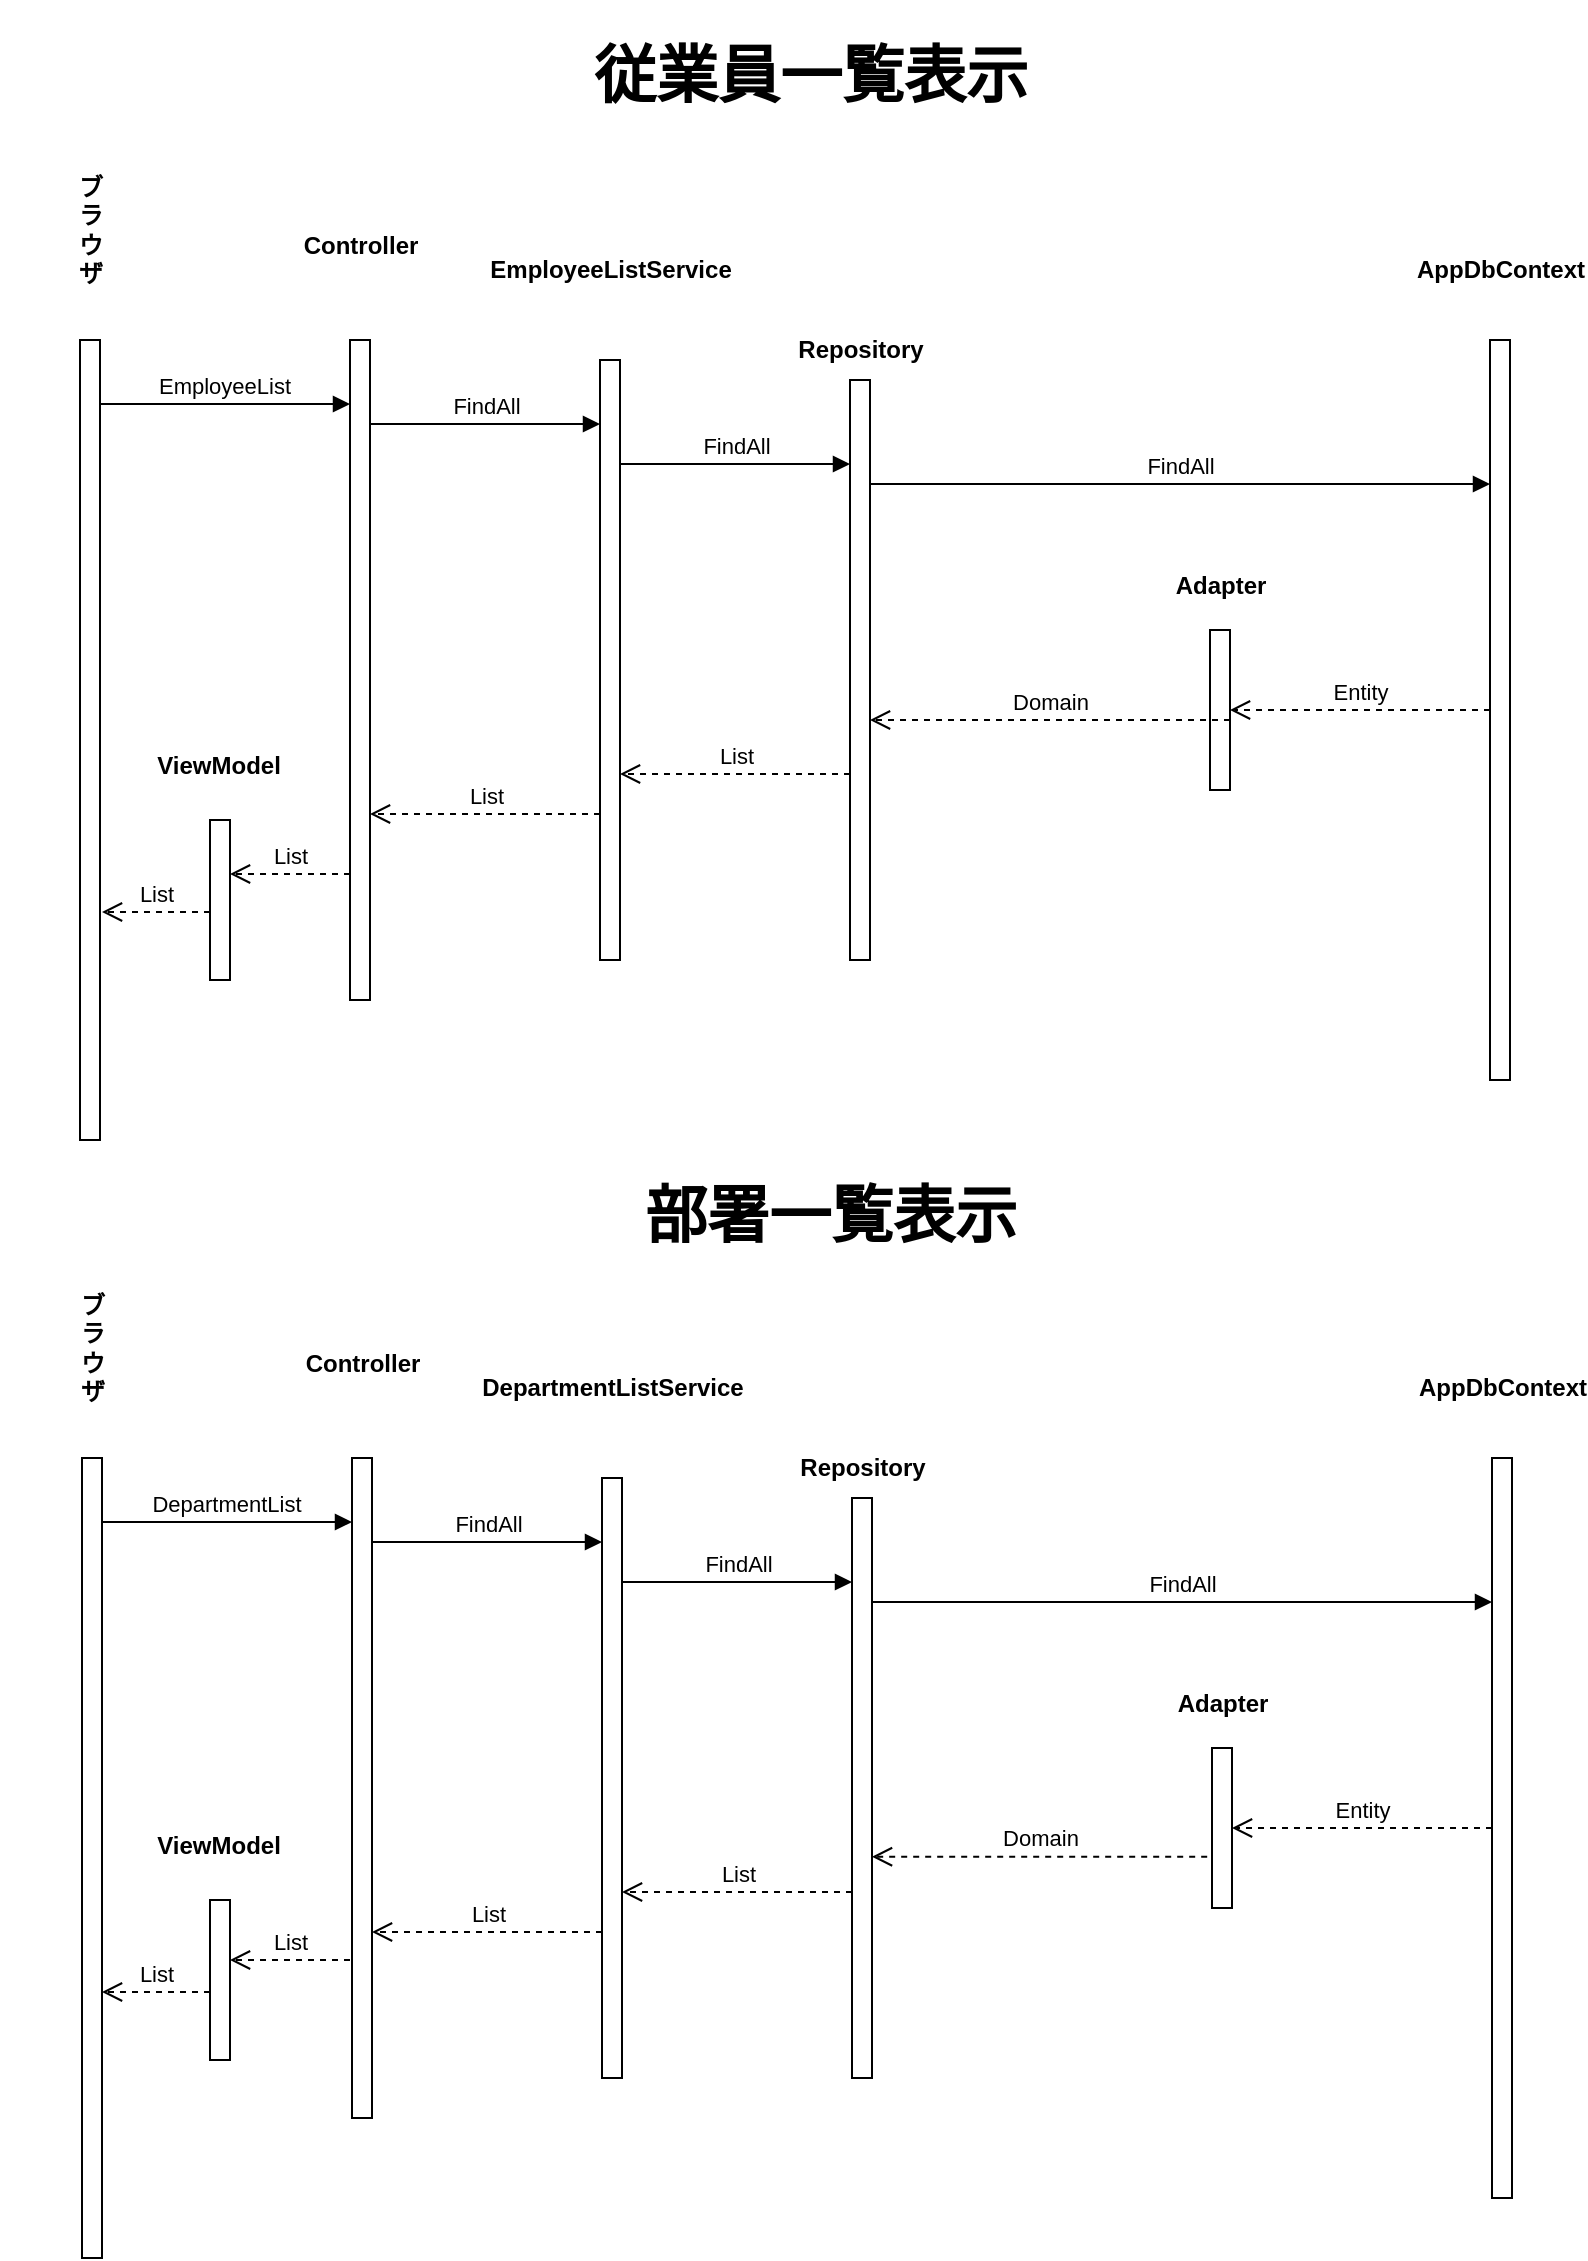
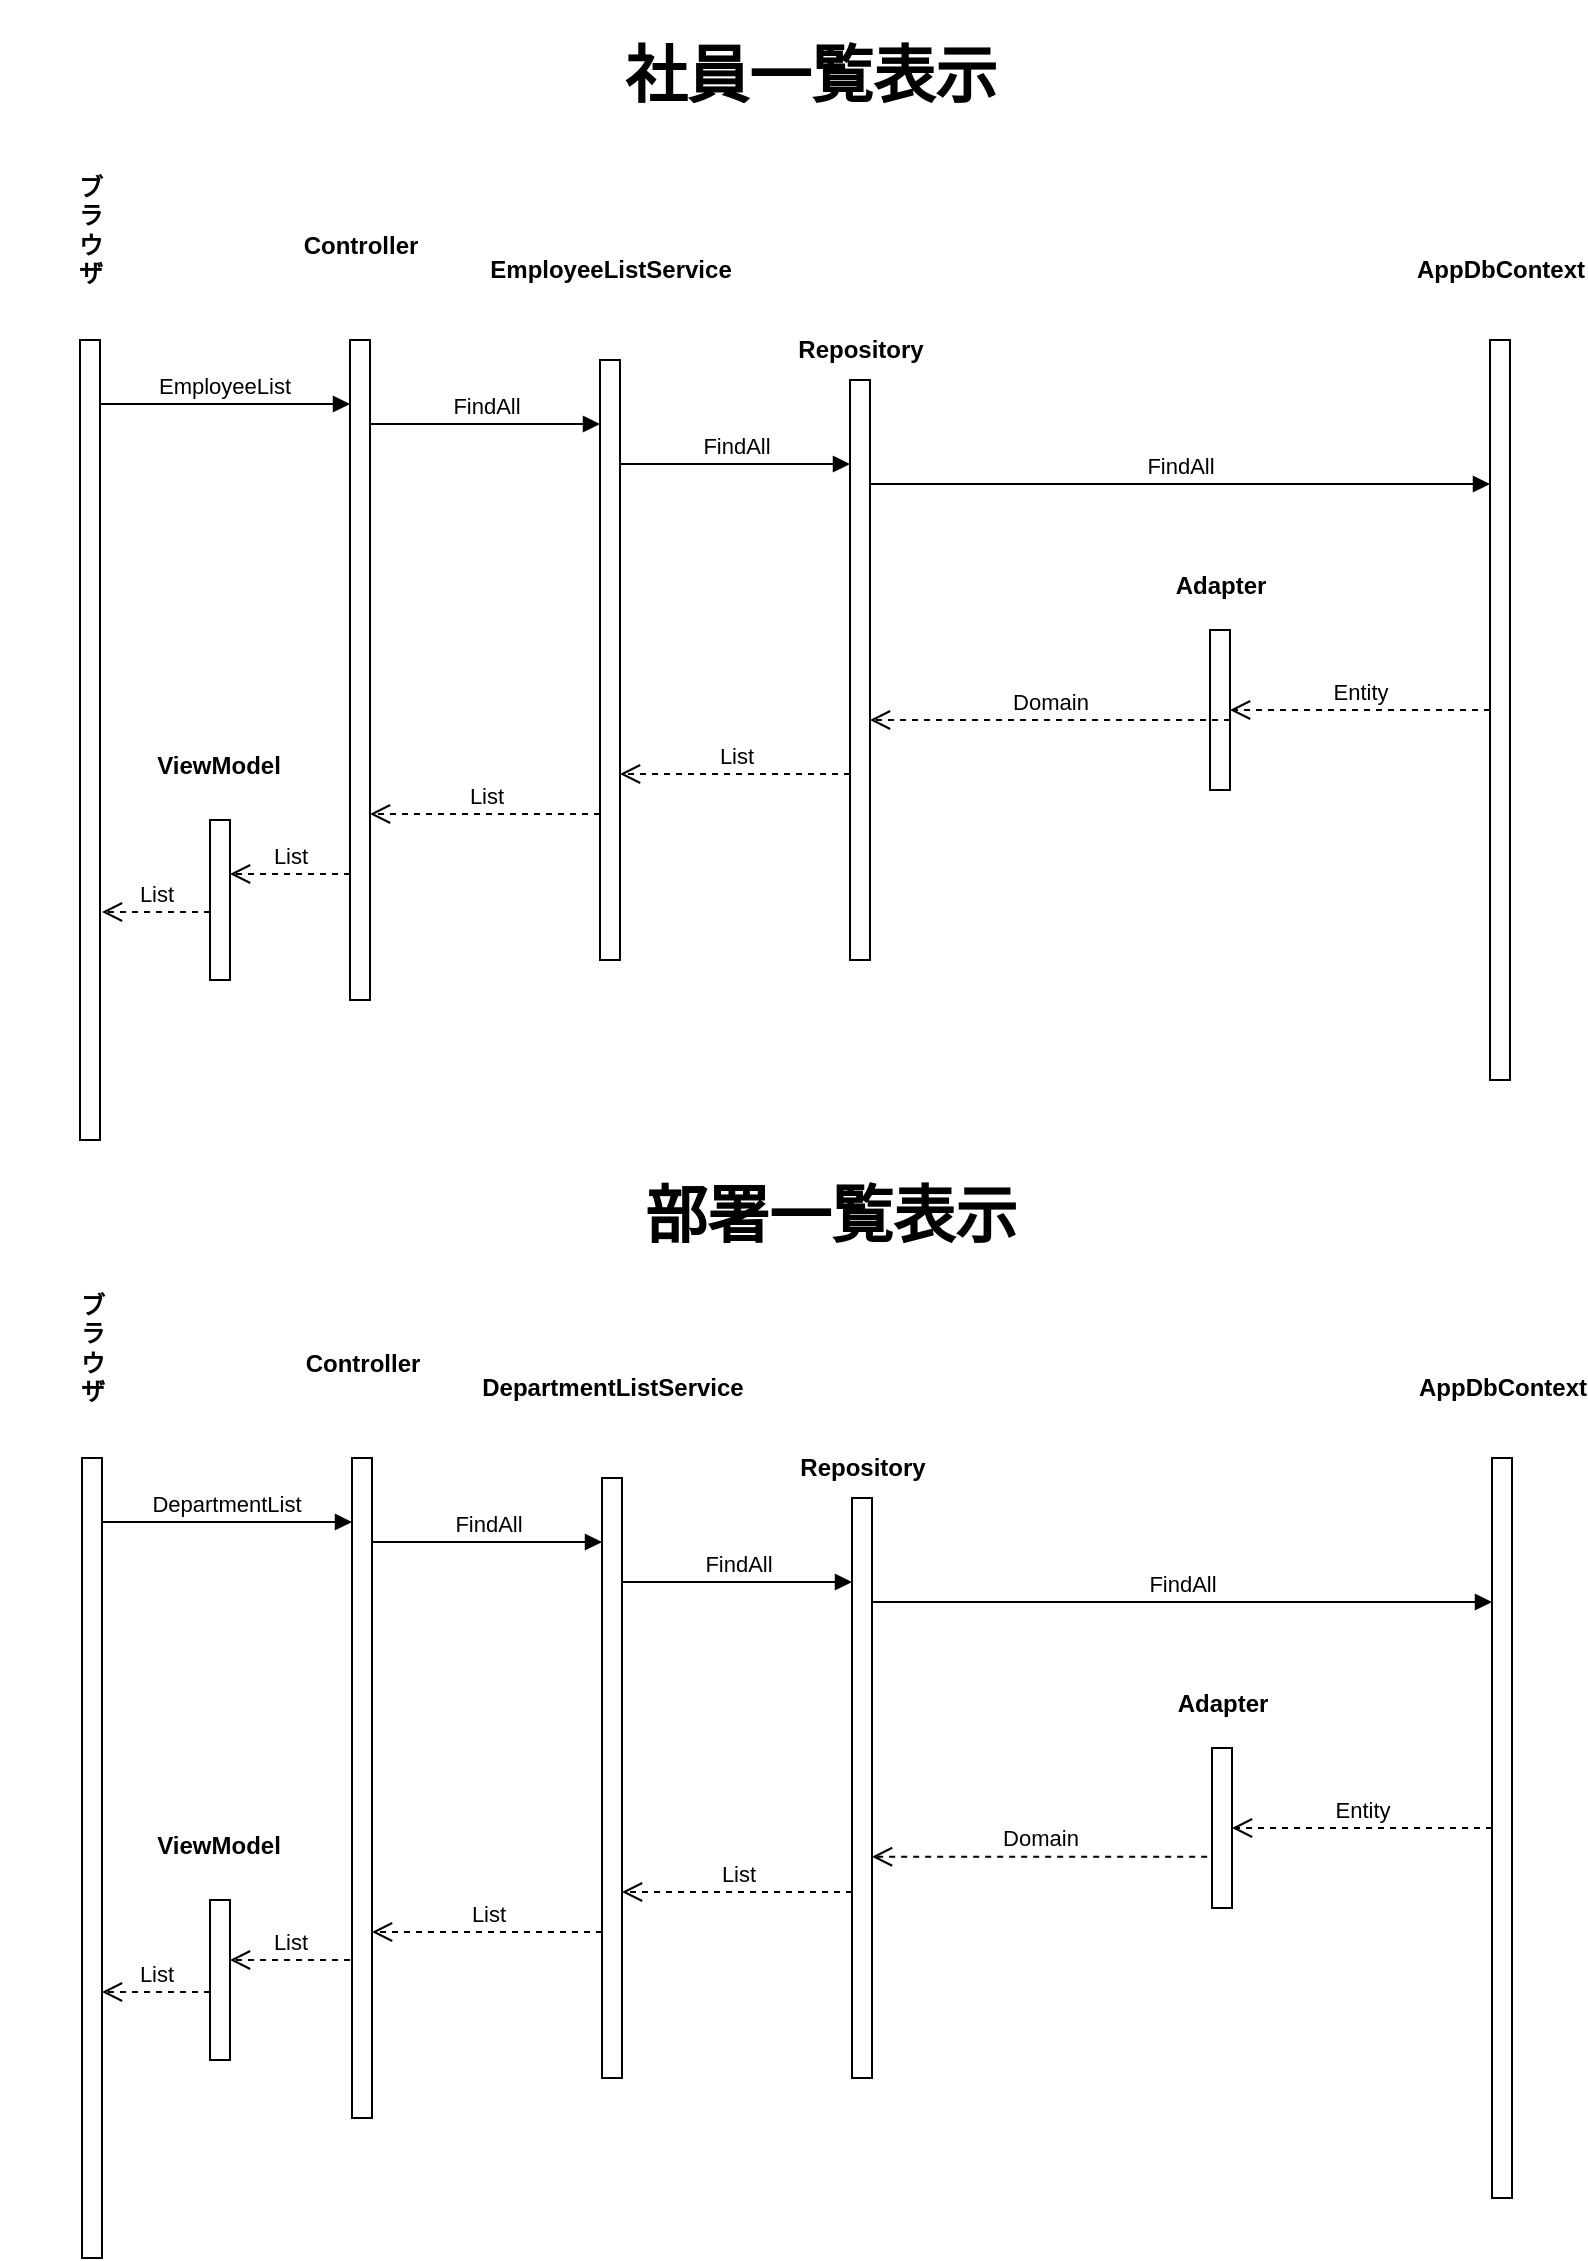
<mxfile host="app.diagrams.net">
  <diagram name="ページ-1" id="QG6bFXOwcCPzWOT8HnzP">
    <mxGraphModel dx="911" dy="531" grid="1" gridSize="10" guides="1" tooltips="1" connect="1" arrows="1" fold="1" page="1" pageScale="1" pageWidth="827" pageHeight="1169" math="0" shadow="0">
      <root>
        <mxCell id="0" />
        <mxCell id="1" parent="0" />
        <mxCell id="DYZGsvSrBg4BRIJO99NX-1" parent="1" style="html=1;points=[[0,0,0,0,5],[0,1,0,0,-5],[1,0,0,0,5],[1,1,0,0,-5]];perimeter=orthogonalPerimeter;outlineConnect=0;targetShapes=umlLifeline;portConstraint=eastwest;newEdgeStyle={&quot;curved&quot;:0,&quot;rounded&quot;:0};" value="" vertex="1">
          <mxGeometry height="400" width="10" x="385" y="410" as="geometry" />
        </mxCell>
        <mxCell id="DYZGsvSrBg4BRIJO99NX-2" parent="1" style="text;align=center;fontStyle=1;verticalAlign=middle;spacingLeft=3;spacingRight=3;strokeColor=none;rotatable=0;points=[[0,0.5],[1,0.5]];portConstraint=eastwest;html=1;" value="&lt;span style=&quot;white-space: normal;&quot;&gt;ブラウザ&lt;/span&gt;" vertex="1">
          <mxGeometry height="26" width="90" x="345" y="342" as="geometry" />
        </mxCell>
        <mxCell id="DYZGsvSrBg4BRIJO99NX-11" parent="1" style="html=1;points=[[0,0,0,0,5],[0,1,0,0,-5],[1,0,0,0,5],[1,1,0,0,-5]];perimeter=orthogonalPerimeter;outlineConnect=0;targetShapes=umlLifeline;portConstraint=eastwest;newEdgeStyle={&quot;curved&quot;:0,&quot;rounded&quot;:0};" value="" vertex="1">
          <mxGeometry height="370" width="10" x="1090" y="410" as="geometry" />
        </mxCell>
        <mxCell id="DYZGsvSrBg4BRIJO99NX-12" parent="1" style="text;align=center;fontStyle=1;verticalAlign=middle;spacingLeft=3;spacingRight=3;strokeColor=none;rotatable=0;points=[[0,0.5],[1,0.5]];portConstraint=eastwest;html=1;" value="&lt;span style=&quot;white-space: normal;&quot;&gt;AppDbContext&lt;/span&gt;" vertex="1">
          <mxGeometry height="26" width="80" x="1055" y="362" as="geometry" />
        </mxCell>
        <mxCell id="DYZGsvSrBg4BRIJO99NX-38" parent="1" style="html=1;points=[[0,0,0,0,5],[0,1,0,0,-5],[1,0,0,0,5],[1,1,0,0,-5]];perimeter=orthogonalPerimeter;outlineConnect=0;targetShapes=umlLifeline;portConstraint=eastwest;newEdgeStyle={&quot;curved&quot;:0,&quot;rounded&quot;:0};" value="" vertex="1">
          <mxGeometry height="330" width="10" x="520" y="410" as="geometry" />
        </mxCell>
        <mxCell id="DYZGsvSrBg4BRIJO99NX-39" parent="1" style="html=1;points=[[0,0,0,0,5],[0,1,0,0,-5],[1,0,0,0,5],[1,1,0,0,-5]];perimeter=orthogonalPerimeter;outlineConnect=0;targetShapes=umlLifeline;portConstraint=eastwest;newEdgeStyle={&quot;curved&quot;:0,&quot;rounded&quot;:0};" value="" vertex="1">
          <mxGeometry height="300" width="10" x="645" y="420" as="geometry" />
        </mxCell>
        <mxCell id="DYZGsvSrBg4BRIJO99NX-40" parent="1" style="html=1;points=[[0,0,0,0,5],[0,1,0,0,-5],[1,0,0,0,5],[1,1,0,0,-5]];perimeter=orthogonalPerimeter;outlineConnect=0;targetShapes=umlLifeline;portConstraint=eastwest;newEdgeStyle={&quot;curved&quot;:0,&quot;rounded&quot;:0};" value="" vertex="1">
          <mxGeometry height="290" width="10" x="770" y="430" as="geometry" />
        </mxCell>
        <mxCell id="DYZGsvSrBg4BRIJO99NX-41" parent="1" style="text;align=center;fontStyle=1;verticalAlign=middle;spacingLeft=3;spacingRight=3;strokeColor=none;rotatable=0;points=[[0,0.5],[1,0.5]];portConstraint=eastwest;html=1;" value="Controller" vertex="1">
          <mxGeometry height="26" width="80" x="485" y="350" as="geometry" />
        </mxCell>
        <mxCell id="DYZGsvSrBg4BRIJO99NX-42" edge="1" parent="1" style="html=1;verticalAlign=bottom;endArrow=block;curved=0;rounded=0;" value="EmployeeList">
          <mxGeometry relative="1" width="80" x="-0.0044" as="geometry">
            <mxPoint as="offset" />
            <mxPoint x="395" y="442" as="sourcePoint" />
            <mxPoint x="519.9999999999998" y="442" as="targetPoint" />
          </mxGeometry>
        </mxCell>
        <mxCell id="DYZGsvSrBg4BRIJO99NX-44" parent="1" style="text;align=center;fontStyle=1;verticalAlign=middle;spacingLeft=3;spacingRight=3;strokeColor=none;rotatable=0;points=[[0,0.5],[1,0.5]];portConstraint=eastwest;html=1;" value="EmployeeListService" vertex="1">
          <mxGeometry height="26" width="80" x="610" y="362" as="geometry" />
        </mxCell>
        <mxCell id="DYZGsvSrBg4BRIJO99NX-46" parent="1" style="text;align=center;fontStyle=1;verticalAlign=middle;spacingLeft=3;spacingRight=3;strokeColor=none;rotatable=0;points=[[0,0.5],[1,0.5]];portConstraint=eastwest;html=1;" value="Repository" vertex="1">
          <mxGeometry height="26" width="80" x="735" y="402" as="geometry" />
        </mxCell>
        <mxCell id="DYZGsvSrBg4BRIJO99NX-48" edge="1" parent="1" style="html=1;verticalAlign=bottom;endArrow=block;curved=0;rounded=0;" value="FindAll">
          <mxGeometry relative="1" width="80" as="geometry">
            <mxPoint x="530" y="452" as="sourcePoint" />
            <mxPoint x="644.9999999999998" y="452" as="targetPoint" />
          </mxGeometry>
        </mxCell>
        <mxCell id="DYZGsvSrBg4BRIJO99NX-49" edge="1" parent="1" style="html=1;verticalAlign=bottom;endArrow=block;curved=0;rounded=0;" value="FindAll">
          <mxGeometry relative="1" width="80" as="geometry">
            <mxPoint x="655" y="472" as="sourcePoint" />
            <mxPoint x="770" y="472" as="targetPoint" />
          </mxGeometry>
        </mxCell>
        <mxCell id="DYZGsvSrBg4BRIJO99NX-50" edge="1" parent="1" style="html=1;verticalAlign=bottom;endArrow=block;curved=0;rounded=0;" value="FindAll">
          <mxGeometry relative="1" width="80" as="geometry">
            <mxPoint x="780" y="482" as="sourcePoint" />
            <mxPoint x="1090" y="482" as="targetPoint" />
          </mxGeometry>
        </mxCell>
        <mxCell id="DYZGsvSrBg4BRIJO99NX-54" edge="1" parent="1" style="html=1;verticalAlign=bottom;endArrow=open;dashed=1;endSize=8;curved=0;rounded=0;" target="4kyH4NsoO1ADK1CUIMcU-30" value="List">
          <mxGeometry relative="1" as="geometry">
            <mxPoint x="519.9999999999998" y="677" as="sourcePoint" />
            <mxPoint x="460" y="680" as="targetPoint" />
          </mxGeometry>
        </mxCell>
        <mxCell id="DYZGsvSrBg4BRIJO99NX-57" edge="1" parent="1" source="DYZGsvSrBg4BRIJO99NX-11" style="html=1;verticalAlign=bottom;endArrow=open;dashed=1;endSize=8;curved=0;rounded=0;" target="DYZGsvSrBg4BRIJO99NX-65" value="Entity">
          <mxGeometry relative="1" as="geometry">
            <mxPoint x="900" y="540" as="sourcePoint" />
            <mxPoint x="970" y="540" as="targetPoint" />
          </mxGeometry>
        </mxCell>
        <mxCell id="DYZGsvSrBg4BRIJO99NX-58" edge="1" parent="1" style="html=1;verticalAlign=bottom;endArrow=open;dashed=1;endSize=8;curved=0;rounded=0;" value="List">
          <mxGeometry relative="1" as="geometry">
            <mxPoint x="770" y="627" as="sourcePoint" />
            <mxPoint x="655" y="627" as="targetPoint" />
          </mxGeometry>
        </mxCell>
        <mxCell id="DYZGsvSrBg4BRIJO99NX-59" edge="1" parent="1" style="html=1;verticalAlign=bottom;endArrow=open;dashed=1;endSize=8;curved=0;rounded=0;" value="List">
          <mxGeometry relative="1" as="geometry">
            <mxPoint x="645" y="647" as="sourcePoint" />
            <mxPoint x="530" y="647" as="targetPoint" />
          </mxGeometry>
        </mxCell>
        <mxCell id="DYZGsvSrBg4BRIJO99NX-65" parent="1" style="html=1;points=[[0,0,0,0,5],[0,1,0,0,-5],[1,0,0,0,5],[1,1,0,0,-5]];perimeter=orthogonalPerimeter;outlineConnect=0;targetShapes=umlLifeline;portConstraint=eastwest;newEdgeStyle={&quot;curved&quot;:0,&quot;rounded&quot;:0};" value="" vertex="1">
          <mxGeometry height="80" width="10" x="950" y="555" as="geometry" />
        </mxCell>
        <mxCell id="4kyH4NsoO1ADK1CUIMcU-1" parent="1" style="text;align=center;fontStyle=1;verticalAlign=middle;spacingLeft=3;spacingRight=3;strokeColor=none;rotatable=0;points=[[0,0.5],[1,0.5]];portConstraint=eastwest;html=1;" value="Adapter" vertex="1">
          <mxGeometry height="26" width="80" x="915" y="520" as="geometry" />
        </mxCell>
        <mxCell id="4kyH4NsoO1ADK1CUIMcU-2" edge="1" parent="1" style="html=1;verticalAlign=bottom;endArrow=open;dashed=1;endSize=8;curved=0;rounded=0;" target="DYZGsvSrBg4BRIJO99NX-40" value="Domain">
          <mxGeometry relative="1" as="geometry">
            <mxPoint x="960" y="600" as="sourcePoint" />
            <mxPoint x="830" y="600" as="targetPoint" />
          </mxGeometry>
        </mxCell>
        <mxCell id="4kyH4NsoO1ADK1CUIMcU-3" parent="1" style="html=1;points=[[0,0,0,0,5],[0,1,0,0,-5],[1,0,0,0,5],[1,1,0,0,-5]];perimeter=orthogonalPerimeter;outlineConnect=0;targetShapes=umlLifeline;portConstraint=eastwest;newEdgeStyle={&quot;curved&quot;:0,&quot;rounded&quot;:0};" value="" vertex="1">
          <mxGeometry height="400" width="10" x="386" y="969" as="geometry" />
        </mxCell>
        <mxCell id="4kyH4NsoO1ADK1CUIMcU-4" parent="1" style="text;align=center;fontStyle=1;verticalAlign=middle;spacingLeft=3;spacingRight=3;strokeColor=none;rotatable=0;points=[[0,0.5],[1,0.5]];portConstraint=eastwest;html=1;" value="&lt;span style=&quot;white-space: normal;&quot;&gt;ブラウザ&lt;/span&gt;" vertex="1">
          <mxGeometry height="26" width="90" x="346" y="901" as="geometry" />
        </mxCell>
        <mxCell id="4kyH4NsoO1ADK1CUIMcU-5" parent="1" style="html=1;points=[[0,0,0,0,5],[0,1,0,0,-5],[1,0,0,0,5],[1,1,0,0,-5]];perimeter=orthogonalPerimeter;outlineConnect=0;targetShapes=umlLifeline;portConstraint=eastwest;newEdgeStyle={&quot;curved&quot;:0,&quot;rounded&quot;:0};" value="" vertex="1">
          <mxGeometry height="370" width="10" x="1091" y="969" as="geometry" />
        </mxCell>
        <mxCell id="4kyH4NsoO1ADK1CUIMcU-6" parent="1" style="text;align=center;fontStyle=1;verticalAlign=middle;spacingLeft=3;spacingRight=3;strokeColor=none;rotatable=0;points=[[0,0.5],[1,0.5]];portConstraint=eastwest;html=1;" value="&lt;span style=&quot;white-space: normal;&quot;&gt;AppDbContext&lt;/span&gt;" vertex="1">
          <mxGeometry height="26" width="80" x="1056" y="921" as="geometry" />
        </mxCell>
        <mxCell id="4kyH4NsoO1ADK1CUIMcU-7" parent="1" style="html=1;points=[[0,0,0,0,5],[0,1,0,0,-5],[1,0,0,0,5],[1,1,0,0,-5]];perimeter=orthogonalPerimeter;outlineConnect=0;targetShapes=umlLifeline;portConstraint=eastwest;newEdgeStyle={&quot;curved&quot;:0,&quot;rounded&quot;:0};" value="" vertex="1">
          <mxGeometry height="330" width="10" x="521" y="969" as="geometry" />
        </mxCell>
        <mxCell id="4kyH4NsoO1ADK1CUIMcU-8" parent="1" style="html=1;points=[[0,0,0,0,5],[0,1,0,0,-5],[1,0,0,0,5],[1,1,0,0,-5]];perimeter=orthogonalPerimeter;outlineConnect=0;targetShapes=umlLifeline;portConstraint=eastwest;newEdgeStyle={&quot;curved&quot;:0,&quot;rounded&quot;:0};" value="" vertex="1">
          <mxGeometry height="300" width="10" x="646" y="979" as="geometry" />
        </mxCell>
        <mxCell id="4kyH4NsoO1ADK1CUIMcU-9" parent="1" style="html=1;points=[[0,0,0,0,5],[0,1,0,0,-5],[1,0,0,0,5],[1,1,0,0,-5]];perimeter=orthogonalPerimeter;outlineConnect=0;targetShapes=umlLifeline;portConstraint=eastwest;newEdgeStyle={&quot;curved&quot;:0,&quot;rounded&quot;:0};" value="" vertex="1">
          <mxGeometry height="290" width="10" x="771" y="989" as="geometry" />
        </mxCell>
        <mxCell id="4kyH4NsoO1ADK1CUIMcU-10" parent="1" style="text;align=center;fontStyle=1;verticalAlign=middle;spacingLeft=3;spacingRight=3;strokeColor=none;rotatable=0;points=[[0,0.5],[1,0.5]];portConstraint=eastwest;html=1;" value="Controller" vertex="1">
          <mxGeometry height="26" width="80" x="486" y="909" as="geometry" />
        </mxCell>
        <mxCell id="4kyH4NsoO1ADK1CUIMcU-11" edge="1" parent="1" style="html=1;verticalAlign=bottom;endArrow=block;curved=0;rounded=0;" value="DepartmentList">
          <mxGeometry relative="1" width="80" x="-0.0044" as="geometry">
            <mxPoint as="offset" />
            <mxPoint x="396" y="1001" as="sourcePoint" />
            <mxPoint x="520.9999999999998" y="1001" as="targetPoint" />
          </mxGeometry>
        </mxCell>
        <mxCell id="4kyH4NsoO1ADK1CUIMcU-12" parent="1" style="text;align=center;fontStyle=1;verticalAlign=middle;spacingLeft=3;spacingRight=3;strokeColor=none;rotatable=0;points=[[0,0.5],[1,0.5]];portConstraint=eastwest;html=1;" value="DepartmentListService" vertex="1">
          <mxGeometry height="26" width="80" x="611" y="921" as="geometry" />
        </mxCell>
        <mxCell id="4kyH4NsoO1ADK1CUIMcU-13" parent="1" style="text;align=center;fontStyle=1;verticalAlign=middle;spacingLeft=3;spacingRight=3;strokeColor=none;rotatable=0;points=[[0,0.5],[1,0.5]];portConstraint=eastwest;html=1;" value="Repository" vertex="1">
          <mxGeometry height="26" width="80" x="736" y="961" as="geometry" />
        </mxCell>
        <mxCell id="4kyH4NsoO1ADK1CUIMcU-14" edge="1" parent="1" style="html=1;verticalAlign=bottom;endArrow=block;curved=0;rounded=0;" value="FindAll">
          <mxGeometry relative="1" width="80" as="geometry">
            <mxPoint x="531" y="1011" as="sourcePoint" />
            <mxPoint x="645.9999999999998" y="1011" as="targetPoint" />
          </mxGeometry>
        </mxCell>
        <mxCell id="4kyH4NsoO1ADK1CUIMcU-15" edge="1" parent="1" style="html=1;verticalAlign=bottom;endArrow=block;curved=0;rounded=0;" value="FindAll">
          <mxGeometry relative="1" width="80" as="geometry">
            <mxPoint x="656" y="1031" as="sourcePoint" />
            <mxPoint x="771" y="1031" as="targetPoint" />
          </mxGeometry>
        </mxCell>
        <mxCell id="4kyH4NsoO1ADK1CUIMcU-16" edge="1" parent="1" style="html=1;verticalAlign=bottom;endArrow=block;curved=0;rounded=0;" value="FindAll">
          <mxGeometry relative="1" width="80" as="geometry">
            <mxPoint x="781" y="1041" as="sourcePoint" />
            <mxPoint x="1091" y="1041" as="targetPoint" />
          </mxGeometry>
        </mxCell>
        <mxCell id="4kyH4NsoO1ADK1CUIMcU-17" edge="1" parent="1" style="html=1;verticalAlign=bottom;endArrow=open;dashed=1;endSize=8;curved=0;rounded=0;" value="List">
          <mxGeometry relative="1" as="geometry">
            <mxPoint x="450" y="1236" as="sourcePoint" />
            <mxPoint x="396" y="1236" as="targetPoint" />
          </mxGeometry>
        </mxCell>
        <mxCell id="4kyH4NsoO1ADK1CUIMcU-18" edge="1" parent="1" source="4kyH4NsoO1ADK1CUIMcU-5" style="html=1;verticalAlign=bottom;endArrow=open;dashed=1;endSize=8;curved=0;rounded=0;" target="4kyH4NsoO1ADK1CUIMcU-21" value="Entity">
          <mxGeometry relative="1" as="geometry">
            <mxPoint x="901" y="1099" as="sourcePoint" />
            <mxPoint x="971" y="1099" as="targetPoint" />
          </mxGeometry>
        </mxCell>
        <mxCell id="4kyH4NsoO1ADK1CUIMcU-19" edge="1" parent="1" style="html=1;verticalAlign=bottom;endArrow=open;dashed=1;endSize=8;curved=0;rounded=0;" value="List">
          <mxGeometry relative="1" as="geometry">
            <mxPoint x="771" y="1186" as="sourcePoint" />
            <mxPoint x="656" y="1186" as="targetPoint" />
          </mxGeometry>
        </mxCell>
        <mxCell id="4kyH4NsoO1ADK1CUIMcU-20" edge="1" parent="1" style="html=1;verticalAlign=bottom;endArrow=open;dashed=1;endSize=8;curved=0;rounded=0;" value="List">
          <mxGeometry relative="1" as="geometry">
            <mxPoint x="646" y="1206" as="sourcePoint" />
            <mxPoint x="531" y="1206" as="targetPoint" />
          </mxGeometry>
        </mxCell>
        <mxCell id="4kyH4NsoO1ADK1CUIMcU-21" parent="1" style="html=1;points=[[0,0,0,0,5],[0,1,0,0,-5],[1,0,0,0,5],[1,1,0,0,-5]];perimeter=orthogonalPerimeter;outlineConnect=0;targetShapes=umlLifeline;portConstraint=eastwest;newEdgeStyle={&quot;curved&quot;:0,&quot;rounded&quot;:0};" value="" vertex="1">
          <mxGeometry height="80" width="10" x="951" y="1114" as="geometry" />
        </mxCell>
        <mxCell id="4kyH4NsoO1ADK1CUIMcU-22" parent="1" style="text;align=center;fontStyle=1;verticalAlign=middle;spacingLeft=3;spacingRight=3;strokeColor=none;rotatable=0;points=[[0,0.5],[1,0.5]];portConstraint=eastwest;html=1;" value="Adapter" vertex="1">
          <mxGeometry height="26" width="80" x="916" y="1079" as="geometry" />
        </mxCell>
        <mxCell id="4kyH4NsoO1ADK1CUIMcU-23" edge="1" parent="1" style="html=1;verticalAlign=bottom;endArrow=open;dashed=1;endSize=8;curved=0;rounded=0;exitX=-0.241;exitY=0.582;exitDx=0;exitDy=0;exitPerimeter=0;" value="Domain">
          <mxGeometry relative="1" as="geometry">
            <mxPoint x="948.5899999999999" y="1168.3700000000001" as="sourcePoint" />
            <mxPoint x="781" y="1168.3700000000001" as="targetPoint" />
          </mxGeometry>
        </mxCell>
-         <mxCell id="4kyH4NsoO1ADK1CUIMcU-24" parent="1" style="text;align=center;fontStyle=1;verticalAlign=middle;spacingLeft=3;spacingRight=3;strokeColor=none;rotatable=0;points=[[0,0.5],[1,0.5]];portConstraint=eastwest;html=1;" value="&lt;font style=&quot;font-size: 31px;&quot;&gt;従業員一覧表示&lt;/font&gt;" vertex="1">
+         <mxCell id="4kyH4NsoO1ADK1CUIMcU-24" parent="1" style="text;align=center;fontStyle=1;verticalAlign=middle;spacingLeft=3;spacingRight=3;strokeColor=none;rotatable=0;points=[[0,0.5],[1,0.5]];portConstraint=eastwest;html=1;" value="&lt;font style=&quot;font-size: 31px;&quot;&gt;社員一覧表示&lt;/font&gt;" vertex="1">
          <mxGeometry height="76" width="260" x="620" y="240" as="geometry" />
        </mxCell>
        <mxCell id="4kyH4NsoO1ADK1CUIMcU-25" parent="1" style="text;align=center;fontStyle=1;verticalAlign=middle;spacingLeft=3;spacingRight=3;strokeColor=none;rotatable=0;points=[[0,0.5],[1,0.5]];portConstraint=eastwest;html=1;" value="&lt;font style=&quot;font-size: 31px;&quot;&gt;部署一覧表示&lt;/font&gt;" vertex="1">
          <mxGeometry height="76" width="260" x="630" y="810" as="geometry" />
        </mxCell>
        <mxCell id="4kyH4NsoO1ADK1CUIMcU-26" parent="1" style="html=1;points=[[0,0,0,0,5],[0,1,0,0,-5],[1,0,0,0,5],[1,1,0,0,-5]];perimeter=orthogonalPerimeter;outlineConnect=0;targetShapes=umlLifeline;portConstraint=eastwest;newEdgeStyle={&quot;curved&quot;:0,&quot;rounded&quot;:0};" value="" vertex="1">
          <mxGeometry height="80" width="10" x="450" y="1190" as="geometry" />
        </mxCell>
        <mxCell id="4kyH4NsoO1ADK1CUIMcU-27" edge="1" parent="1" style="html=1;verticalAlign=bottom;endArrow=open;dashed=1;endSize=8;curved=0;rounded=0;" value="List">
          <mxGeometry relative="1" as="geometry">
            <mxPoint x="520" y="1220" as="sourcePoint" />
            <mxPoint x="460" y="1220" as="targetPoint" />
          </mxGeometry>
        </mxCell>
        <mxCell id="4kyH4NsoO1ADK1CUIMcU-28" parent="1" style="text;align=center;fontStyle=1;verticalAlign=middle;spacingLeft=3;spacingRight=3;strokeColor=none;rotatable=0;points=[[0,0.5],[1,0.5]];portConstraint=eastwest;html=1;" value="&lt;span style=&quot;white-space: normal;&quot;&gt;ViewModel&lt;/span&gt;" vertex="1">
          <mxGeometry height="26" width="80" x="414" y="1150" as="geometry" />
        </mxCell>
        <mxCell id="4kyH4NsoO1ADK1CUIMcU-29" edge="1" parent="1" style="html=1;verticalAlign=bottom;endArrow=open;dashed=1;endSize=8;curved=0;rounded=0;" value="List">
          <mxGeometry relative="1" as="geometry">
            <mxPoint x="450" y="696" as="sourcePoint" />
            <mxPoint x="396" y="696" as="targetPoint" />
          </mxGeometry>
        </mxCell>
        <mxCell id="4kyH4NsoO1ADK1CUIMcU-30" parent="1" style="html=1;points=[[0,0,0,0,5],[0,1,0,0,-5],[1,0,0,0,5],[1,1,0,0,-5]];perimeter=orthogonalPerimeter;outlineConnect=0;targetShapes=umlLifeline;portConstraint=eastwest;newEdgeStyle={&quot;curved&quot;:0,&quot;rounded&quot;:0};" value="" vertex="1">
          <mxGeometry height="80" width="10" x="450" y="650" as="geometry" />
        </mxCell>
        <mxCell id="4kyH4NsoO1ADK1CUIMcU-31" parent="1" style="text;align=center;fontStyle=1;verticalAlign=middle;spacingLeft=3;spacingRight=3;strokeColor=none;rotatable=0;points=[[0,0.5],[1,0.5]];portConstraint=eastwest;html=1;" value="&lt;span style=&quot;white-space: normal;&quot;&gt;ViewModel&lt;/span&gt;" vertex="1">
          <mxGeometry height="26" width="80" x="414" y="610" as="geometry" />
        </mxCell>
      </root>
    </mxGraphModel>
  </diagram>
</mxfile>
